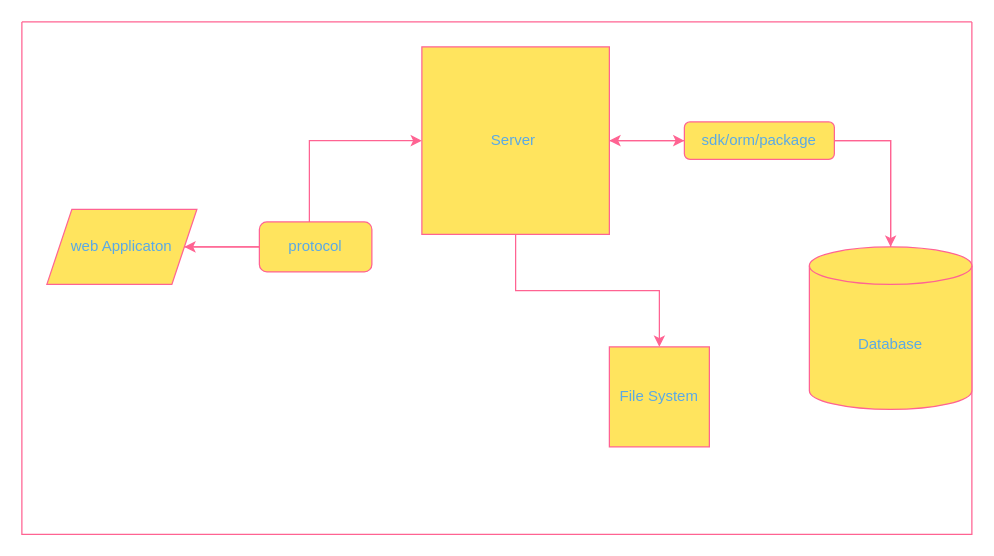
This is page "HLD" (1 of 2) of CompleteArchitectureDiagram.drawio from ramesh918/CreamyCattle, a draw.io file, before an edit. Source tidied: cells renumbered, new cells numbered last; positions are measured from the earlier drawing's top-left corner, leaving out a move shared by most shapes. Both pictures are drawn from the tidied source at 125%, with x=0, y=0 at pixel (21, 21).
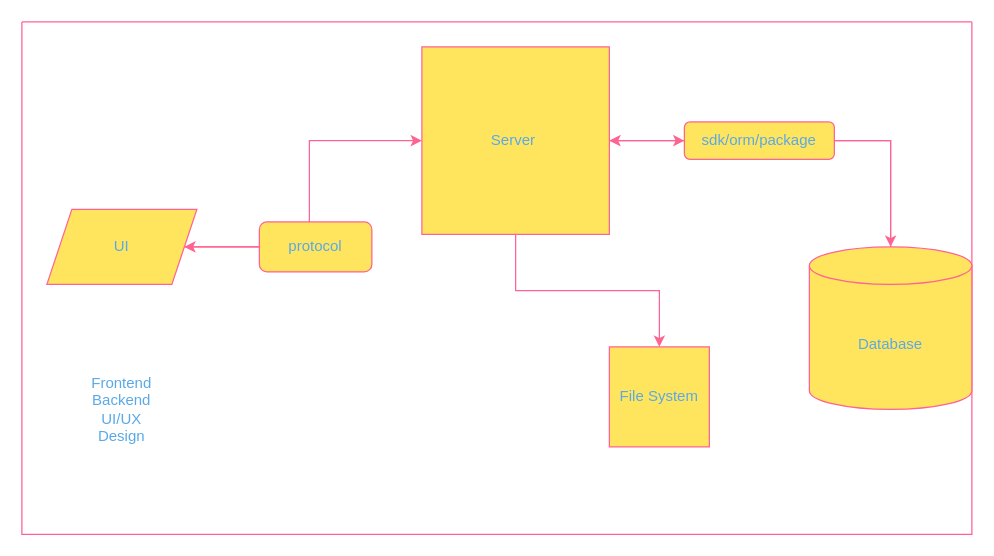
The same diagram, later.

What changed in the source:
```diff
@@
 <mxGraphModel>
   <root>
     <mxCell id="0" />
     <mxCell id="1" parent="0" />
     <mxCell id="2" style="swimlane;startSize=0;fillColor=#F6FF78;strokeColor=#FF6392;labelBackgroundColor=none;fontColor=#5AA9E6;" parent="1" vertex="1">
       <mxGeometry width="760" height="410" as="geometry" />
     </mxCell>
     <mxCell id="3" style="edgeStyle=orthogonalEdgeStyle;rounded=0;jettySize=auto;html=1;exitX=1;exitY=0.5;exitDx=0;exitDy=0;strokeColor=#FF6392;fontColor=#5AA9E6;fillColor=#FFE45E;" parent="2" edge="1" source="4" target="8">
       <mxGeometry relative="1" as="geometry" />
     </mxCell>
-    <mxCell id="4" value="web Applicaton" style="shape=parallelogram;perimeter=parallelogramPerimeter;whiteSpace=wrap;html=1;fixedSize=1;strokeColor=#FF6392;fontColor=#5AA9E6;fillColor=#FFE45E;" parent="2" vertex="1">
+    <mxCell id="4" value="UI" style="shape=parallelogram;perimeter=parallelogramPerimeter;whiteSpace=wrap;html=1;fixedSize=1;strokeColor=#FF6392;fontColor=#5AA9E6;fillColor=#FFE45E;" parent="2" vertex="1">
       <mxGeometry x="20" y="150" width="120" height="60" as="geometry" />
     </mxCell>
     <mxCell id="5" style="edgeStyle=orthogonalEdgeStyle;rounded=0;jettySize=auto;html=1;strokeColor=#FF6392;fontColor=#5AA9E6;fillColor=#FFE45E;exitX=1;exitY=0.5;exitDx=0;exitDy=0;" parent="2" edge="1" source="13" target="10">
       <mxGeometry relative="1" as="geometry" />
     </mxCell>
     <mxCell id="6" style="edgeStyle=orthogonalEdgeStyle;rounded=0;jettySize=auto;html=1;entryX=1;entryY=0.5;entryDx=0;entryDy=0;strokeColor=#FF6392;fontColor=#5AA9E6;fillColor=#FFE45E;" parent="2" edge="1" source="11" target="4">
       <mxGeometry relative="1" as="geometry" />
     </mxCell>
     <mxCell id="7" style="edgeStyle=orthogonalEdgeStyle;rounded=0;jettySize=auto;html=1;exitX=0.5;exitY=1;exitDx=0;exitDy=0;entryX=0.5;entryY=0;entryDx=0;entryDy=0;strokeColor=#FF6392;fontColor=#5AA9E6;fillColor=#FFE45E;" parent="2" edge="1" source="8" target="14">
       <mxGeometry relative="1" as="geometry" />
     </mxCell>
     <mxCell id="8" value="Server&amp;nbsp;" style="whiteSpace=wrap;html=1;strokeColor=#FF6392;fontColor=#5AA9E6;fillColor=#FFE45E;" parent="2" vertex="1">
       <mxGeometry x="320" y="20" width="150" height="150" as="geometry" />
     </mxCell>
     <mxCell id="9" style="edgeStyle=orthogonalEdgeStyle;rounded=0;jettySize=auto;html=1;exitX=0.5;exitY=0;exitDx=0;exitDy=0;exitPerimeter=0;entryX=1;entryY=0.5;entryDx=0;entryDy=0;strokeColor=#FF6392;fontColor=#5AA9E6;fillColor=#FFE45E;" parent="2" edge="1" source="10" target="8">
       <mxGeometry relative="1" as="geometry" />
     </mxCell>
     <mxCell id="10" value="Database" style="shape=cylinder3;whiteSpace=wrap;html=1;boundedLbl=1;backgroundOutline=1;size=15;strokeColor=#FF6392;fontColor=#5AA9E6;fillColor=#FFE45E;" parent="2" vertex="1">
       <mxGeometry x="630" y="180" width="130" height="130" as="geometry" />
     </mxCell>
     <mxCell id="11" value="protocol" style="rounded=1;whiteSpace=wrap;html=1;strokeColor=#FF6392;fontColor=#5AA9E6;fillColor=#FFE45E;" parent="2" vertex="1">
       <mxGeometry x="190" y="160" width="90" height="40" as="geometry" />
     </mxCell>
     <mxCell id="12" style="edgeStyle=orthogonalEdgeStyle;rounded=0;jettySize=auto;html=1;strokeColor=#FF6392;fontColor=#5AA9E6;fillColor=#FFE45E;" parent="2" edge="1" source="8" target="13">
       <mxGeometry relative="1" as="geometry" />
     </mxCell>
     <mxCell id="13" value="sdk/orm/package" style="rounded=1;whiteSpace=wrap;html=1;strokeColor=#FF6392;fontColor=#5AA9E6;fillColor=#FFE45E;" parent="2" vertex="1">
       <mxGeometry x="530" y="80" width="120" height="30" as="geometry" />
     </mxCell>
     <mxCell id="14" value="File System" style="whiteSpace=wrap;html=1;strokeColor=#FF6392;fontColor=#5AA9E6;fillColor=#FFE45E;" parent="2" vertex="1">
       <mxGeometry x="470" y="260" width="80" height="80" as="geometry" />
     </mxCell>
+    <mxCell id="15" value="Frontend&lt;br&gt;Backend&lt;br&gt;UI/UX&lt;br&gt;Design" style="text;html=1;strokeColor=none;fillColor=none;align=center;verticalAlign=middle;whiteSpace=wrap;rounded=0;fontColor=#5AA9E6;" parent="2" vertex="1">
+      <mxGeometry x="30" y="280" width="100" height="60" as="geometry" />
+    </mxCell>
   </root>
 </mxGraphModel>
```
